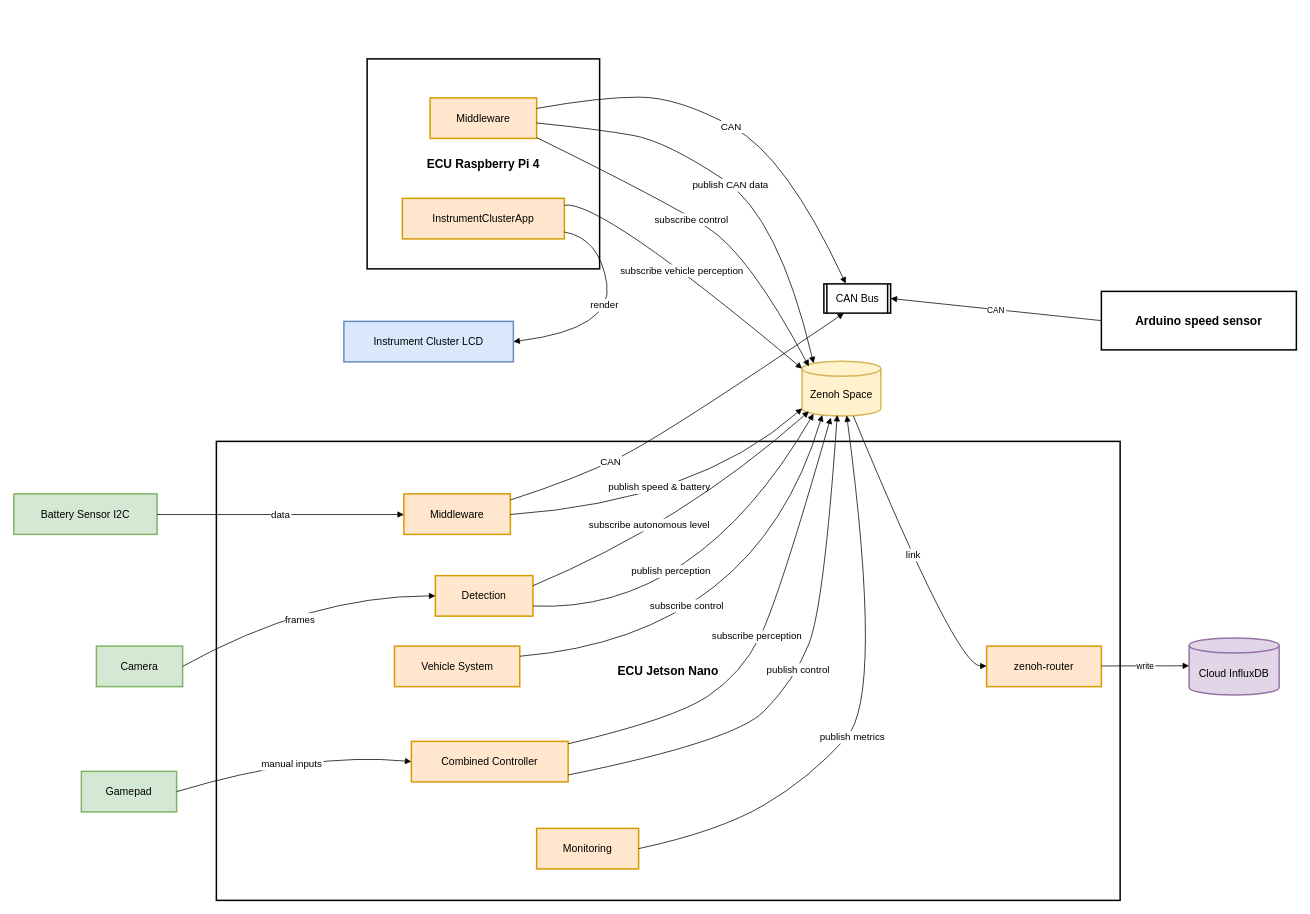
Before: docs/diagrams/architecture2.drawio in SEAME-pt/Team02-Course, a draw.io diagram. Source tidied: cells renumbered, new cells numbered last; positions are measured from the earlier drawing's top-left corner, leaving out a move shared by most shapes. Both pictures are drawn from the tidied source at 75%, with x=0, y=0 at pixel (14, 58).
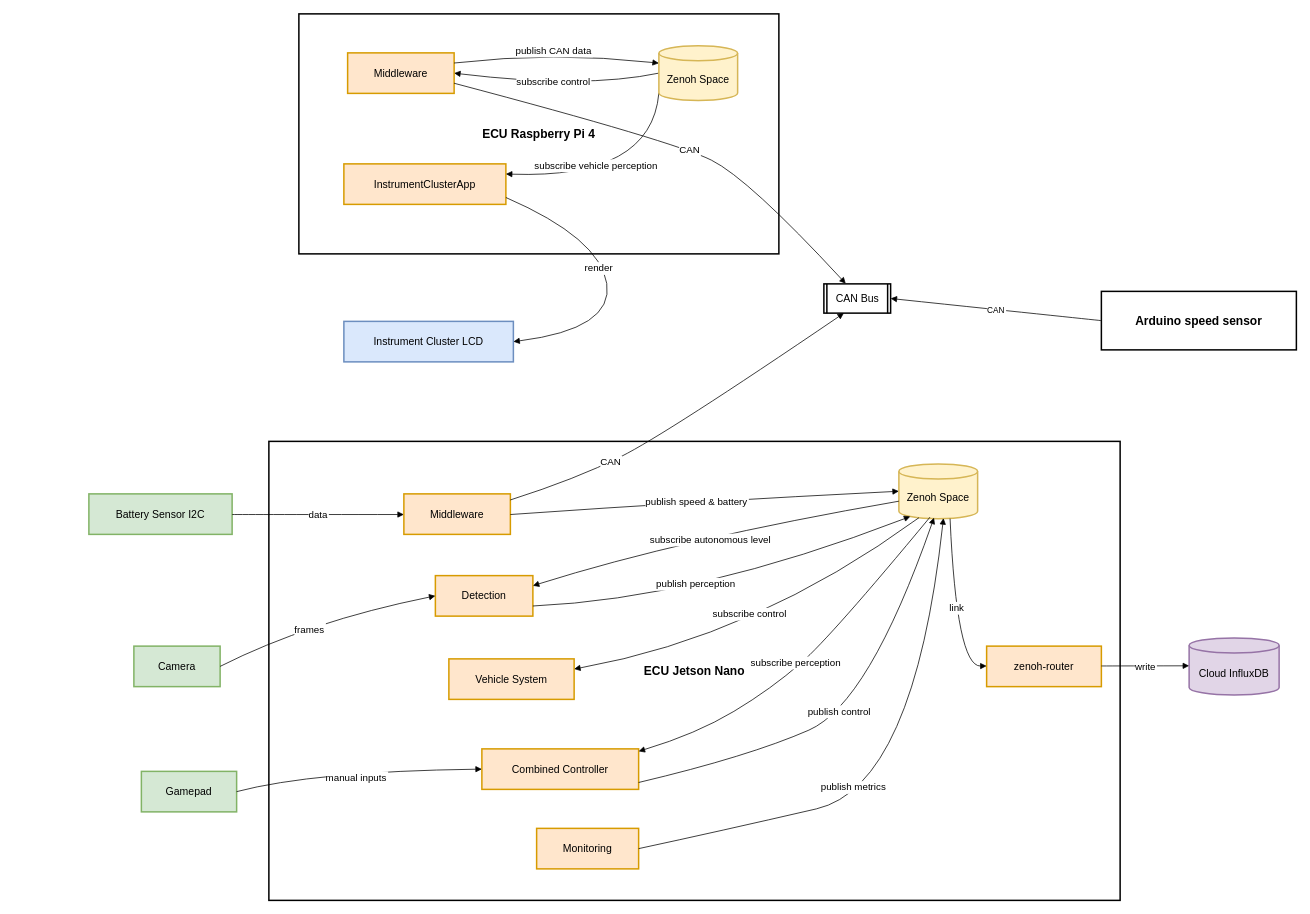
After the change.

The change refers to these unchanged cells:
```xml
<mxCell id="4" value="CAN Bus" style="strokeWidth=2;shape=process;whiteSpace=wrap;size=0.04;fontSize=14;" parent="1" vertex="1">
  <mxGeometry x="1080" y="300" width="89" height="39" as="geometry" />
</mxCell>
<mxCell id="6" value="Cloud InfluxDB" style="shape=cylinder3;boundedLbl=1;backgroundOutline=1;size=10;strokeWidth=2;whiteSpace=wrap;fillColor=#e1d5e7;strokeColor=#9673a6;fontSize=14;" parent="1" vertex="1">
  <mxGeometry x="1567" y="772" width="120" height="76" as="geometry" />
</mxCell>
<mxCell id="11" value="Detection" style="whiteSpace=wrap;strokeWidth=2;fillColor=#ffe6cc;strokeColor=#d79b00;fontSize=14;" parent="1" vertex="1">
  <mxGeometry x="562" y="689" width="130" height="54" as="geometry" />
</mxCell>
<mxCell id="14" value="Middleware" style="whiteSpace=wrap;strokeWidth=2;fillColor=#ffe6cc;strokeColor=#d79b00;fontSize=14;" parent="1" vertex="1">
  <mxGeometry x="520" y="580" width="142" height="54" as="geometry" />
</mxCell>
<mxCell id="16" value="Monitoring" style="whiteSpace=wrap;strokeWidth=2;fillColor=#ffe6cc;strokeColor=#d79b00;fontSize=14;" parent="1" vertex="1">
  <mxGeometry x="697" y="1026" width="136" height="54" as="geometry" />
</mxCell>
<mxCell id="17" value="zenoh-router" style="whiteSpace=wrap;strokeWidth=2;fillColor=#ffe6cc;strokeColor=#d79b00;fontSize=14;" parent="1" vertex="1">
  <mxGeometry x="1297" y="783" width="153" height="54" as="geometry" />
</mxCell>
```

What changed in the source:
```diff
@@
     <mxCell id="2" value="ECU Raspberry Pi 4" style="whiteSpace=wrap;strokeWidth=2;fontSize=16;fontStyle=1;" parent="1" vertex="1">
-      <mxGeometry x="471" width="310" height="280" as="geometry" />
+      <mxGeometry x="380" y="-60" width="640" height="320" as="geometry" />
     </mxCell>
     <mxCell id="3" value="ECU Jetson Nano" style="whiteSpace=wrap;strokeWidth=2;fontSize=16;fontStyle=1;" parent="1" vertex="1">
-      <mxGeometry x="270" y="510" width="1205" height="612" as="geometry" />
+      <mxGeometry x="340" y="510" width="1135" height="612" as="geometry" />
     </mxCell>
@@
     <mxCell id="5" value="Zenoh Space" style="shape=cylinder3;boundedLbl=1;backgroundOutline=1;size=10;strokeWidth=2;whiteSpace=wrap;fillColor=#fff2cc;strokeColor=#d6b656;fontSize=14;" parent="1" vertex="1">
-      <mxGeometry x="1051" y="403" width="105" height="73" as="geometry" />
+      <mxGeometry x="1180" y="540" width="105" height="73" as="geometry" />
     </mxCell>
@@
     <mxCell id="8" value="Camera" style="whiteSpace=wrap;strokeWidth=2;fillColor=#d5e8d4;strokeColor=#82b366;fontSize=14;" parent="1" vertex="1">
-      <mxGeometry x="110" y="783" width="115" height="54" as="geometry" />
+      <mxGeometry x="160" y="783" width="115" height="54" as="geometry" />
     </mxCell>
     <mxCell id="9" value="Gamepad" style="whiteSpace=wrap;strokeWidth=2;fillColor=#d5e8d4;strokeColor=#82b366;fontSize=14;" parent="1" vertex="1">
-      <mxGeometry x="90" y="950" width="127" height="54" as="geometry" />
+      <mxGeometry x="170" y="950" width="127" height="54" as="geometry" />
     </mxCell>
@@
     <mxCell id="12" value="Combined Controller" style="whiteSpace=wrap;strokeWidth=2;fillColor=#ffe6cc;strokeColor=#d79b00;fontSize=14;" parent="1" vertex="1">
-      <mxGeometry x="530" y="910" width="209" height="54" as="geometry" />
+      <mxGeometry x="624" y="920" width="209" height="54" as="geometry" />
     </mxCell>
     <mxCell id="13" value="Vehicle System" style="whiteSpace=wrap;strokeWidth=2;fillColor=#ffe6cc;strokeColor=#d79b00;fontSize=14;" parent="1" vertex="1">
-      <mxGeometry x="507.5" y="783" width="167" height="54" as="geometry" />
+      <mxGeometry x="580" y="800" width="167" height="54" as="geometry" />
     </mxCell>
@@
     <mxCell id="15" value="Battery Sensor I2C" style="whiteSpace=wrap;strokeWidth=2;fillColor=#d5e8d4;strokeColor=#82b366;fontSize=14;" parent="1" vertex="1">
-      <mxGeometry y="580" width="191" height="54" as="geometry" />
+      <mxGeometry x="100" y="580" width="191" height="54" as="geometry" />
     </mxCell>
@@
     <mxCell id="18" value="Middleware" style="whiteSpace=wrap;strokeWidth=2;fillColor=#ffe6cc;strokeColor=#d79b00;fontSize=14;" parent="1" vertex="1">
-      <mxGeometry x="555" y="52" width="142" height="54" as="geometry" />
+      <mxGeometry x="445" y="-8" width="142" height="54" as="geometry" />
     </mxCell>
     <mxCell id="19" value="InstrumentClusterApp" style="whiteSpace=wrap;strokeWidth=2;fillColor=#ffe6cc;strokeColor=#d79b00;fontSize=14;" parent="1" vertex="1">
-      <mxGeometry x="518" y="186" width="216" height="54" as="geometry" />
+      <mxGeometry x="440" y="140" width="216" height="54" as="geometry" />
     </mxCell>
@@
-    <mxCell id="22" value="CAN" style="curved=1;startArrow=none;endArrow=block;exitX=1;exitY=0.26;entryX=0.327;entryY=-0.009;rounded=0;entryDx=0;entryDy=0;entryPerimeter=0;strokeColor=default;align=center;verticalAlign=middle;fontFamily=Helvetica;fontSize=13;fontColor=default;labelBackgroundColor=default;" parent="1" edge="1" source="18" target="4">
-      <mxGeometry relative="1" as="geometry">
+    <mxCell id="22" value="CAN" style="curved=1;startArrow=none;endArrow=block;exitX=1;exitY=0.75;entryX=0.327;entryY=-0.009;rounded=0;entryDx=0;entryDy=0;entryPerimeter=0;strokeColor=default;align=center;verticalAlign=middle;fontFamily=Helvetica;fontSize=13;fontColor=default;labelBackgroundColor=default;exitDx=0;exitDy=0;" parent="1" edge="1" source="18" target="4">
+      <mxGeometry x="0.08" relative="1" as="geometry">
         <Array as="points">
-          <mxPoint x="781" y="51" />
-          <mxPoint x="886" y="51" />
-          <mxPoint x="1030" y="130" />
+          <mxPoint x="880" y="110" />
+          <mxPoint x="980" y="160" />
         </Array>
       </mxGeometry>
     </mxCell>
     <mxCell id="23" value="frames" style="curved=1;startArrow=none;endArrow=block;exitX=1;exitY=0.5;entryX=0;entryY=0.5;rounded=0;fontSize=13;strokeColor=default;align=center;verticalAlign=middle;fontFamily=Helvetica;fontColor=default;labelBackgroundColor=default;exitDx=0;exitDy=0;" parent="1" edge="1" source="8" target="11">
-      <mxGeometry x="-0.07" y="-21" relative="1" as="geometry">
+      <mxGeometry x="-0.15" y="-9" relative="1" as="geometry">
         <Array as="points">
-          <mxPoint x="394" y="716" />
+          <mxPoint x="394" y="750" />
         </Array>
       </mxGeometry>
     </mxCell>
     <mxCell id="24" value="manual inputs" style="curved=1;startArrow=none;endArrow=block;exitX=1;exitY=0.5;entryX=0;entryY=0.5;rounded=0;strokeColor=default;align=center;verticalAlign=middle;fontFamily=Helvetica;fontSize=13;fontColor=default;labelBackgroundColor=default;exitDx=0;exitDy=0;" parent="1" edge="1" source="9" target="12">
       <mxGeometry x="-0.02" y="-8" relative="1" as="geometry">
         <Array as="points">
-          <mxPoint x="394" y="924" />
+          <mxPoint x="400" y="950" />
         </Array>
         <mxPoint x="1" as="offset" />
       </mxGeometry>
     </mxCell>
@@
     <mxCell id="26" value="publish perception" style="curved=1;startArrow=none;endArrow=block;exitX=1;exitY=0.75;rounded=0;exitDx=0;exitDy=0;entryX=0.145;entryY=1;entryDx=0;entryDy=-2.9;entryPerimeter=0;strokeColor=default;align=center;verticalAlign=middle;fontFamily=Helvetica;fontSize=13;fontColor=default;labelBackgroundColor=default;" parent="1" edge="1" source="11" target="5">
-      <mxGeometry x="-0.31" y="56" relative="1" as="geometry">
+      <mxGeometry x="-0.14" y="19" relative="1" as="geometry">
         <Array as="points">
-          <mxPoint x="910" y="740" />
+          <mxPoint x="910" y="720" />
         </Array>
       </mxGeometry>
     </mxCell>
     <mxCell id="27" value="publish metrics" style="curved=1;startArrow=none;endArrow=block;exitX=0.99;exitY=0.5;entryX=0.566;entryY=0.991;rounded=0;entryDx=0;entryDy=0;entryPerimeter=0;strokeColor=default;align=center;verticalAlign=middle;fontFamily=Helvetica;fontSize=13;fontColor=default;labelBackgroundColor=default;" parent="1" edge="1" source="16" target="5">
-      <mxGeometry x="-0.15" y="-4" relative="1" as="geometry">
+      <mxGeometry x="-0.19" y="18" relative="1" as="geometry">
         <Array as="points">
           <mxPoint x="940" y="1030" />
-          <mxPoint x="1060" y="960" />
-          <mxPoint x="1160" y="850" />
+          <mxPoint x="1200" y="970" />
         </Array>
-        <mxPoint x="1" as="offset" />
       </mxGeometry>
     </mxCell>
-    <mxCell id="28" value="publish speed &amp; battery" style="curved=1;startArrow=none;endArrow=block;exitX=1;exitY=0.51;rounded=0;entryX=0;entryY=1;entryDx=0;entryDy=-10;entryPerimeter=0;strokeColor=default;align=center;verticalAlign=middle;fontFamily=Helvetica;fontSize=13;fontColor=default;labelBackgroundColor=default;" parent="1" edge="1" source="14" target="5">
-      <mxGeometry x="-0.08" y="23" relative="1" as="geometry">
+    <mxCell id="28" value="publish speed &amp; battery" style="curved=1;startArrow=none;endArrow=block;exitX=1;exitY=0.51;rounded=0;entryX=0;entryY=0.5;entryDx=0;entryDy=0;entryPerimeter=0;strokeColor=default;align=center;verticalAlign=middle;fontFamily=Helvetica;fontSize=13;fontColor=default;labelBackgroundColor=default;" parent="1" edge="1" source="14" target="5">
+      <mxGeometry x="-0.04" relative="1" as="geometry">
         <Array as="points">
           <mxPoint x="910" y="590" />
         </Array>
       </mxGeometry>
     </mxCell>
-    <mxCell id="29" value="subscribe autonomous level" style="curved=1;startArrow=none;endArrow=block;exitX=1;exitY=0.25;rounded=0;exitDx=0;exitDy=0;strokeColor=default;align=center;verticalAlign=middle;fontFamily=Helvetica;fontSize=13;fontColor=default;labelBackgroundColor=default;" parent="1" edge="1" source="11">
-      <mxGeometry x="-0.2" y="15" relative="1" as="geometry">
-        <mxPoint x="1060" y="470" as="targetPoint" />
+    <mxCell id="29" value="subscribe autonomous level" style="curved=1;startArrow=block;endArrow=none;exitX=1;exitY=0.25;rounded=0;exitDx=0;exitDy=0;strokeColor=default;align=center;verticalAlign=middle;fontFamily=Helvetica;fontSize=13;fontColor=default;labelBackgroundColor=default;entryX=0;entryY=0;entryDx=0;entryDy=49.75;entryPerimeter=0;startFill=1;endFill=0;" parent="1" edge="1" source="11" target="5">
+      <mxGeometry x="-0.02" y="-7" relative="1" as="geometry">
         <Array as="points">
-          <mxPoint x="890" y="620" />
+          <mxPoint x="890" y="640" />
         </Array>
-        <mxPoint x="-1" as="offset" />
       </mxGeometry>
     </mxCell>
-    <mxCell id="30" value="subscribe perception" style="curved=1;startArrow=none;endArrow=block;exitX=1;exitY=0.06;rounded=0;entryX=0.363;entryY=1.03;entryDx=0;entryDy=0;entryPerimeter=0;strokeColor=default;align=center;verticalAlign=middle;fontFamily=Helvetica;fontSize=13;fontColor=default;labelBackgroundColor=default;" parent="1" edge="1" source="12" target="5">
-      <mxGeometry y="4" relative="1" as="geometry">
+    <mxCell id="30" value="subscribe perception" style="curved=1;startArrow=block;endArrow=none;exitX=1;exitY=0.06;rounded=0;entryX=0.395;entryY=0.973;entryDx=0;entryDy=0;entryPerimeter=0;strokeColor=default;align=center;verticalAlign=middle;fontFamily=Helvetica;fontSize=13;fontColor=default;labelBackgroundColor=default;startFill=1;endFill=0;" parent="1" edge="1" source="12" target="5">
+      <mxGeometry x="-0.04" y="5" relative="1" as="geometry">
         <Array as="points">
-          <mxPoint x="880" y="880" />
-          <mxPoint x="970" y="820" />
-          <mxPoint x="1020" y="720" />
+          <mxPoint x="910" y="900" />
+          <mxPoint x="1010" y="840" />
+          <mxPoint x="1090" y="770" />
         </Array>
       </mxGeometry>
     </mxCell>
     <mxCell id="31" value="publish control" style="curved=1;startArrow=none;endArrow=block;exitX=1;exitY=0.83;rounded=0;entryX=0.446;entryY=0.983;entryDx=0;entryDy=0;entryPerimeter=0;strokeColor=default;align=center;verticalAlign=middle;fontFamily=Helvetica;fontSize=13;fontColor=default;labelBackgroundColor=default;" parent="1" edge="1" source="12" target="5">
-      <mxGeometry x="0.01" relative="1" as="geometry">
+      <mxGeometry x="-0.03" y="7" relative="1" as="geometry">
         <Array as="points">
-          <mxPoint x="960" y="910" />
-          <mxPoint x="1040" y="830" />
-          <mxPoint x="1080" y="730" />
+          <mxPoint x="980" y="930" />
+          <mxPoint x="1140" y="860" />
         </Array>
-        <mxPoint y="-1" as="offset" />
       </mxGeometry>
     </mxCell>
-    <mxCell id="32" value="subscribe control" style="curved=1;startArrow=none;endArrow=block;exitX=1;exitY=0.25;rounded=0;exitDx=0;exitDy=0;entryX=0.255;entryY=0.983;entryDx=0;entryDy=0;entryPerimeter=0;strokeColor=default;align=center;verticalAlign=middle;fontFamily=Helvetica;fontSize=13;fontColor=default;labelBackgroundColor=default;" parent="1" edge="1" source="13" target="5">
-      <mxGeometry x="-0.27" y="49" relative="1" as="geometry">
+    <mxCell id="32" value="subscribe control" style="curved=1;startArrow=block;endArrow=none;exitX=1;exitY=0.25;rounded=0;exitDx=0;exitDy=0;entryX=0.255;entryY=0.983;entryDx=0;entryDy=0;entryPerimeter=0;strokeColor=default;align=center;verticalAlign=middle;fontFamily=Helvetica;fontSize=13;fontColor=default;labelBackgroundColor=default;startFill=1;endFill=0;" parent="1" edge="1" source="13" target="5">
+      <mxGeometry y="30" relative="1" as="geometry">
         <Array as="points">
           <mxPoint x="990" y="770" />
         </Array>
       </mxGeometry>
     </mxCell>
-    <mxCell id="33" value="publish CAN data" style="curved=1;startArrow=none;endArrow=block;exitX=1;exitY=0.62;entryX=0.145;entryY=0;rounded=0;entryDx=0;entryDy=2.9;entryPerimeter=0;strokeColor=default;align=center;verticalAlign=middle;fontFamily=Helvetica;fontSize=13;fontColor=default;labelBackgroundColor=default;" parent="1" edge="1" source="18" target="5">
-      <mxGeometry relative="1" as="geometry">
+    <mxCell id="33" value="publish CAN data" style="curved=1;startArrow=none;endArrow=block;exitX=1;exitY=0.25;entryX=0;entryY=0;rounded=0;entryDx=0;entryDy=23.25;entryPerimeter=0;strokeColor=default;align=center;verticalAlign=middle;fontFamily=Helvetica;fontSize=13;fontColor=default;labelBackgroundColor=default;exitDx=0;exitDy=0;" parent="1" edge="1" source="18" target="39">
+      <mxGeometry x="-0.03" y="2" relative="1" as="geometry">
         <Array as="points">
-          <mxPoint x="781" y="94" />
-          <mxPoint x="870" y="110" />
-          <mxPoint x="1020" y="210" />
+          <mxPoint x="720" y="-10" />
         </Array>
+        <mxPoint x="1" as="offset" />
       </mxGeometry>
     </mxCell>
-    <mxCell id="34" value="subscribe control" style="curved=1;startArrow=none;endArrow=block;exitX=1;exitY=0.98;rounded=0;strokeColor=default;align=center;verticalAlign=middle;fontFamily=Helvetica;fontSize=13;fontColor=default;labelBackgroundColor=default;" parent="1" edge="1" source="18">
-      <mxGeometry x="-0.05" y="-2" relative="1" as="geometry">
-        <mxPoint x="1060" y="410" as="targetPoint" />
+    <mxCell id="34" value="subscribe control" style="curved=1;startArrow=block;endArrow=none;exitX=1;exitY=0.5;rounded=0;strokeColor=default;align=center;verticalAlign=middle;fontFamily=Helvetica;fontSize=13;fontColor=default;labelBackgroundColor=default;entryX=0;entryY=0.5;entryDx=0;entryDy=0;entryPerimeter=0;exitDx=0;exitDy=0;startFill=1;endFill=0;" parent="1" edge="1" source="18" target="39">
+      <mxGeometry x="-0.04" y="5" relative="1" as="geometry">
         <Array as="points">
-          <mxPoint x="870" y="190" />
-          <mxPoint x="980" y="260" />
+          <mxPoint x="760" y="40" />
         </Array>
       </mxGeometry>
     </mxCell>
-    <mxCell id="35" value="subscribe vehicle perception" style="curved=1;startArrow=none;endArrow=block;exitX=1;exitY=0.17;entryX=0;entryY=0;rounded=0;entryDx=0;entryDy=10;entryPerimeter=0;strokeColor=default;align=center;verticalAlign=middle;fontFamily=Helvetica;fontSize=13;fontColor=default;labelBackgroundColor=default;" parent="1" edge="1" source="19" target="5">
-      <mxGeometry x="-0.04" y="-1" relative="1" as="geometry">
+    <mxCell id="35" value="subscribe vehicle perception" style="curved=1;startArrow=block;endArrow=none;entryX=0;entryY=1;rounded=0;entryDx=0;entryDy=-10;entryPerimeter=0;strokeColor=default;align=center;verticalAlign=middle;fontFamily=Helvetica;fontSize=13;fontColor=default;labelBackgroundColor=default;exitX=1;exitY=0.25;exitDx=0;exitDy=0;endFill=0;startFill=1;" parent="1" edge="1" source="19" target="39">
+      <mxGeometry x="-0.23" y="16" relative="1" as="geometry">
         <Array as="points">
-          <mxPoint x="781" y="187" />
+          <mxPoint x="850" y="160" />
         </Array>
-        <mxPoint y="1" as="offset" />
+        <mxPoint x="1" as="offset" />
       </mxGeometry>
     </mxCell>
@@
-    <mxCell id="37" value="write" style="curved=1;startArrow=none;endArrow=block;exitX=1;exitY=0.49;entryX=0;entryY=0.49;rounded=0;" parent="1" edge="1" source="17" target="6">
+    <mxCell id="37" value="write" style="curved=1;startArrow=none;endArrow=block;exitX=1;exitY=0.49;entryX=0;entryY=0.49;rounded=0;fontSize=13;" parent="1" edge="1" source="17" target="6">
       <mxGeometry relative="1" as="geometry" />
     </mxCell>
@@
+    <mxCell id="39" value="Zenoh Space" style="shape=cylinder3;boundedLbl=1;backgroundOutline=1;size=10;strokeWidth=2;whiteSpace=wrap;fillColor=#fff2cc;strokeColor=#d6b656;fontSize=14;" parent="1" vertex="1">
+      <mxGeometry x="860" y="-17.5" width="105" height="73" as="geometry" />
+    </mxCell>
```
